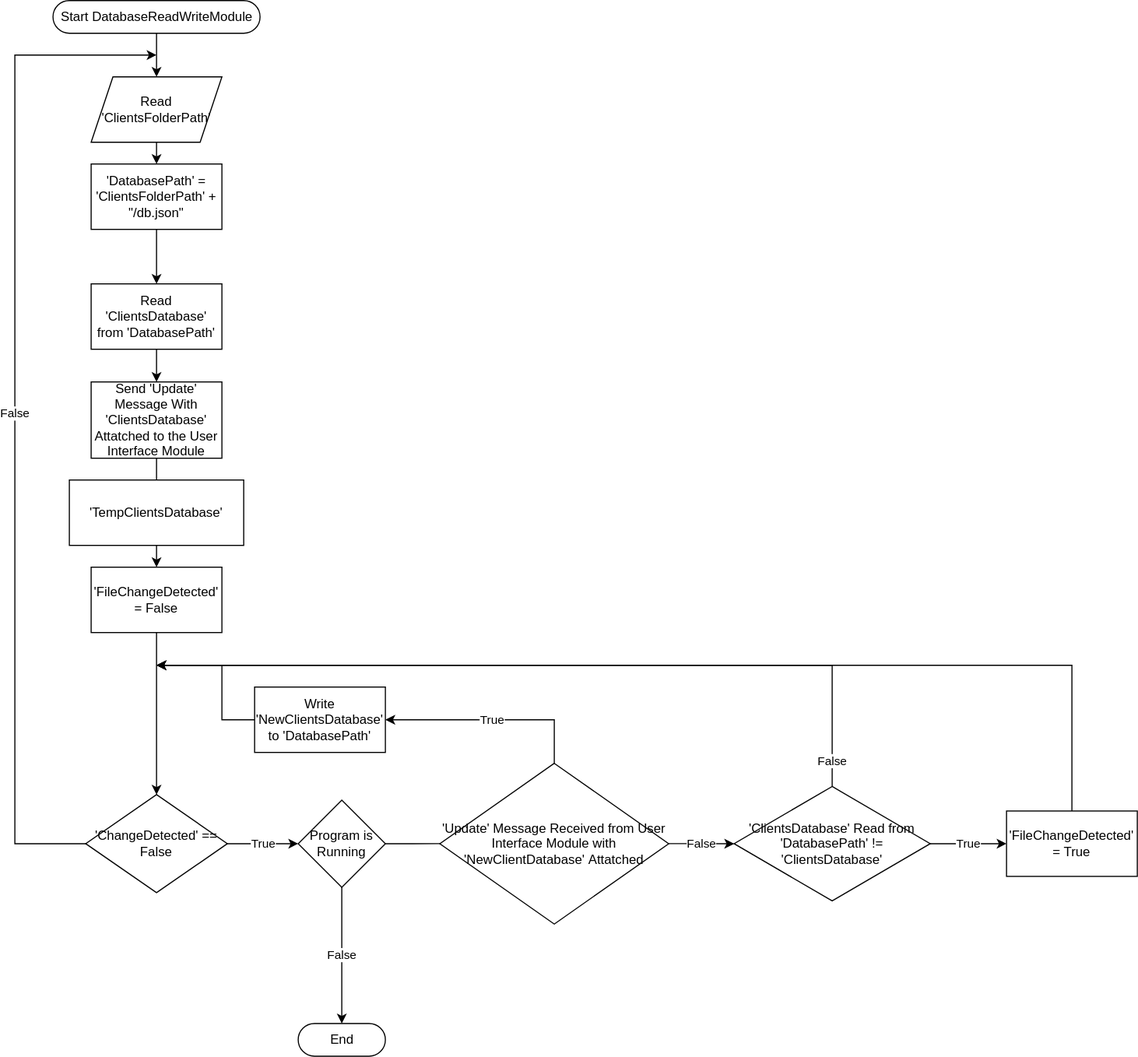
Above: docs/module-2/flowchart.drawio.svg in amydevs/property-client-manager (draw.io), before the change. Source tidied: cells renumbered, new cells last; positions are measured from the earlier drawing's top-left corner, leaving out a move shared by most shapes.
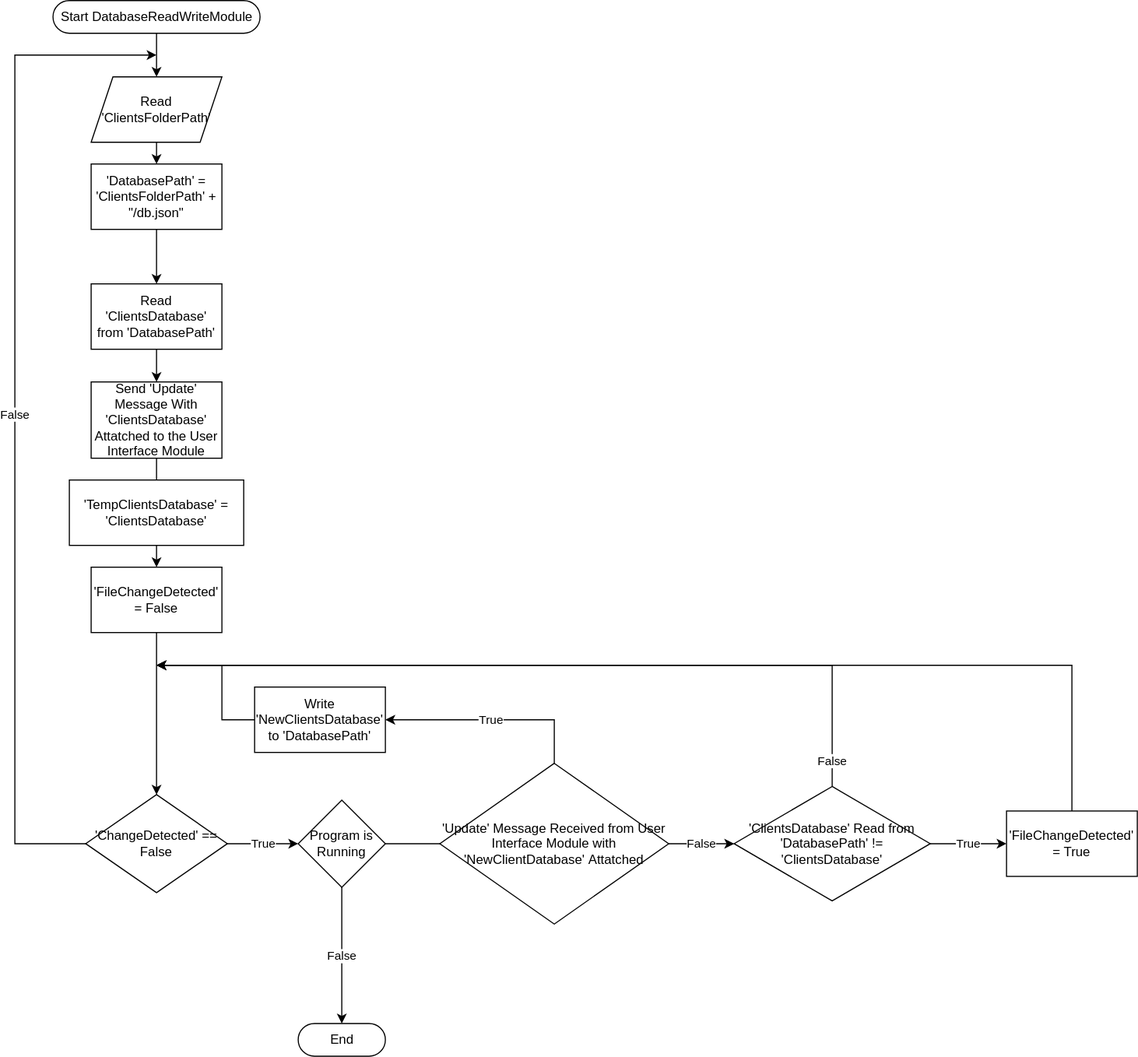
Later version of the same file.

What changed in the source:
```diff
@@ -81,7 +81,7 @@
     <mxCell id="23" value="'ClientsDatabase' Read from 'DatabasePath' != 'ClientsDatabase'" style="rhombus;whiteSpace=wrap;html=1;" parent="1" vertex="1">
       <mxGeometry x="660" y="721.2" width="180" height="105" as="geometry" />
     </mxCell>
-    <mxCell id="24" value="'TempClientsDatabase'" style="rounded=0;whiteSpace=wrap;html=1;" parent="1" vertex="1">
+    <mxCell id="24" value="'TempClientsDatabase' = 'ClientsDatabase'" style="rounded=0;whiteSpace=wrap;html=1;" parent="1" vertex="1">
       <mxGeometry x="50" y="440" width="160" height="60" as="geometry" />
     </mxCell>
     <mxCell id="25" style="edgeStyle=orthogonalEdgeStyle;rounded=0;html=1;endArrow=none;" parent="1" edge="1" source="12" target="24">
```
